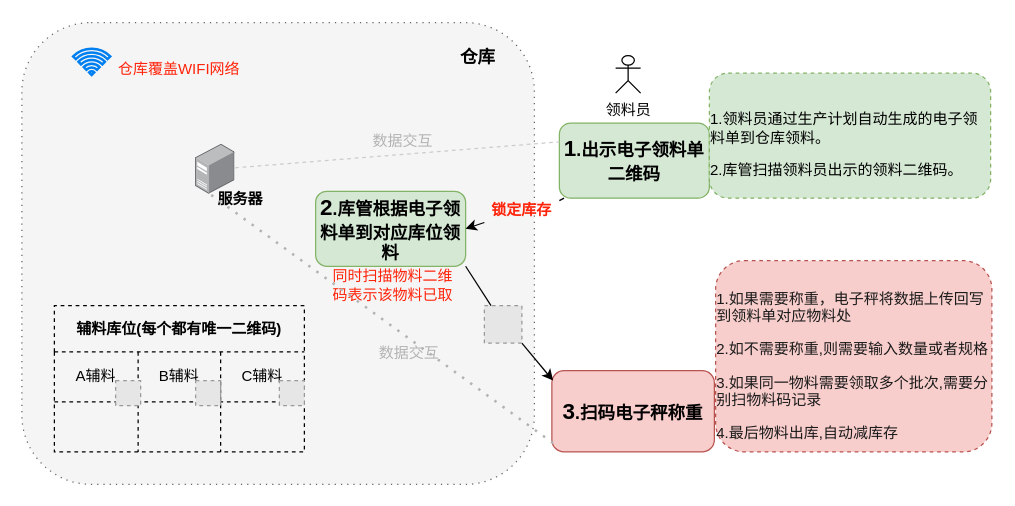
Earlier version of the draw.io diagram page "第 2 页" (2 of 2) of 出库.drawio (mifunc/draw). Source tidied: cells renumbered, new cells numbered last; positions are measured from the earlier drawing's top-left corner, leaving out a move shared by most shapes. Both pictures are drawn from the tidied source at 125%, with x=0, y=0 at pixel (21, 22). Pictures stored in the file or linked from it are replaced by grey dashed boxes.
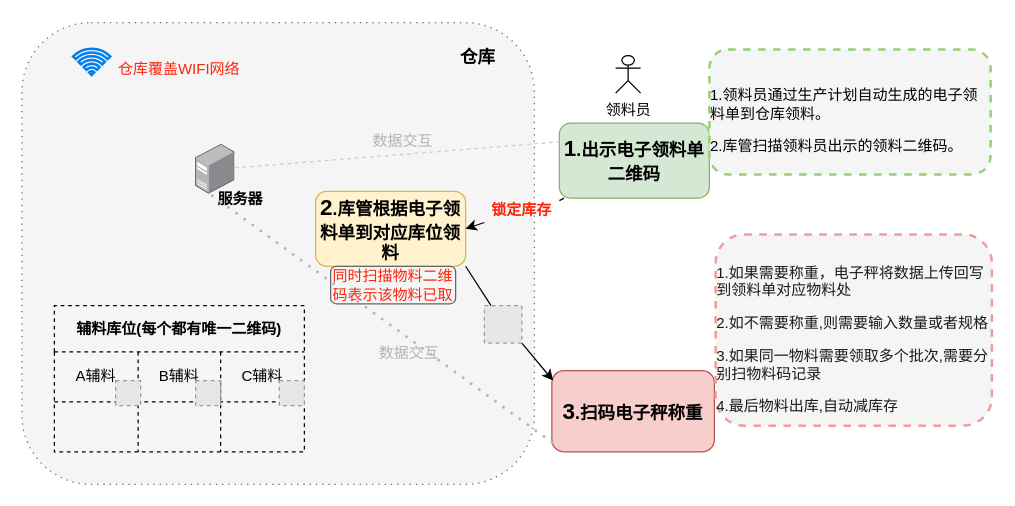
After the change.

The edit, as a diff of the source:
```diff
@@
-    <mxCell id="3" value="&lt;b&gt;&lt;font style=&quot;font-size: 18px&quot;&gt;2&lt;/font&gt;&lt;font style=&quot;font-size: 14px&quot;&gt;.库管根据电子领料单到对应库位领料&lt;/font&gt;&lt;/b&gt;" style="rounded=1;whiteSpace=wrap;html=1;fontSize=12;fillColor=#d5e8d4;strokeColor=#82b366;" parent="1" vertex="1">
+    <mxCell id="3" value="&lt;b&gt;&lt;font style=&quot;font-size: 18px&quot;&gt;2&lt;/font&gt;&lt;font style=&quot;font-size: 14px&quot;&gt;.库管根据电子领料单到对应库位领料&lt;/font&gt;&lt;/b&gt;" style="rounded=1;whiteSpace=wrap;html=1;fontSize=12;fillColor=#fff2cc;strokeColor=#d6b656;" parent="1" vertex="1">
       <mxGeometry x="235" y="134.5" width="120" height="60" as="geometry" />
     </mxCell>
@@
-    <mxCell id="23" value="&lt;font color=&quot;#ff230a&quot;&gt;同时扫描物料二维码表示该物料已取&lt;/font&gt;" style="text;html=1;strokeColor=none;fillColor=none;align=center;verticalAlign=middle;whiteSpace=wrap;rounded=0;fontSize=12;fontColor=#000000;" parent="1" vertex="1">
+    <mxCell id="23" value="&lt;font color=&quot;#ff230a&quot;&gt;同时扫描物料二维码表示该物料已取&lt;/font&gt;" style="text;html=1;strokeColor=#666666;fillColor=#f5f5f5;align=center;verticalAlign=middle;whiteSpace=wrap;rounded=1;fontSize=12;fontColor=#333333;" parent="1" vertex="1">
       <mxGeometry x="247" y="194.5" width="100" height="30" as="geometry" />
     </mxCell>
@@
-    <mxCell id="35" value="&lt;p style=&quot;color: rgb(0 , 0 , 0) ; text-align: left&quot;&gt;&lt;font color=&quot;#1a1a1a&quot;&gt;&lt;br class=&quot;Apple-interchange-newline&quot;&gt;1.如果需要称重，电子秤将数据上传回写到领料单对应物料处&lt;/font&gt;&lt;/p&gt;&lt;p style=&quot;color: rgb(0 , 0 , 0) ; text-align: left&quot;&gt;&lt;font color=&quot;#1a1a1a&quot;&gt;2.如不需要称重,则需要输入数量或者规格&lt;/font&gt;&lt;/p&gt;&lt;p style=&quot;color: rgb(0 , 0 , 0) ; text-align: left&quot;&gt;&lt;font color=&quot;#1a1a1a&quot;&gt;3.如果同一物料需要领取多个批次,需要分别扫物料码记录&lt;/font&gt;&lt;/p&gt;&lt;p style=&quot;color: rgb(0 , 0 , 0) ; text-align: left&quot;&gt;&lt;font color=&quot;#1a1a1a&quot;&gt;4.最后物料出库,自动减库存&lt;/font&gt;&lt;/p&gt;" style="rounded=1;whiteSpace=wrap;html=1;dashed=1;fontSize=12;strokeColor=#b85450;fillColor=#f8cecc;" parent="1" vertex="1">
-      <mxGeometry x="555" y="190" width="221" height="153" as="geometry" />
+    <mxCell id="35" value="&lt;p style=&quot;color: rgb(0 , 0 , 0) ; text-align: left&quot;&gt;&lt;font color=&quot;#1a1a1a&quot;&gt;&lt;br class=&quot;Apple-interchange-newline&quot;&gt;1.如果需要称重，电子秤将数据上传回写到领料单对应物料处&lt;/font&gt;&lt;/p&gt;&lt;p style=&quot;color: rgb(0 , 0 , 0) ; text-align: left&quot;&gt;&lt;font color=&quot;#1a1a1a&quot;&gt;2.如不需要称重,则需要输入数量或者规格&lt;/font&gt;&lt;/p&gt;&lt;p style=&quot;color: rgb(0 , 0 , 0) ; text-align: left&quot;&gt;&lt;font color=&quot;#1a1a1a&quot;&gt;3.如果同一物料需要领取多个批次,需要分别扫物料码记录&lt;/font&gt;&lt;/p&gt;&lt;p style=&quot;color: rgb(0 , 0 , 0) ; text-align: left&quot;&gt;&lt;font color=&quot;#1a1a1a&quot;&gt;4.最后物料出库,自动减库存&lt;/font&gt;&lt;/p&gt;" style="rounded=1;whiteSpace=wrap;html=1;dashed=1;fontSize=12;strokeColor=#F19C99;fillColor=#f5f5f5;fontColor=#333333;strokeWidth=2;" parent="1" vertex="1">
+      <mxGeometry x="555" y="169" width="221" height="153" as="geometry" />
     </mxCell>
-    <mxCell id="36" value="&lt;p style=&quot;color: rgb(0 , 0 , 0) ; text-align: left&quot;&gt;&lt;br class=&quot;Apple-interchange-newline&quot;&gt;1.领料员通过生产计划自动生成的电子领料单到仓库领料。&lt;/p&gt;&lt;p style=&quot;color: rgb(0 , 0 , 0) ; text-align: left&quot;&gt;2.库管扫描领料员出示的领料二维码。&lt;/p&gt;" style="rounded=1;whiteSpace=wrap;html=1;dashed=1;fontSize=12;strokeColor=#82b366;fillColor=#d5e8d4;" parent="1" vertex="1">
-      <mxGeometry x="550" y="40" width="225" height="100" as="geometry" />
+    <mxCell id="36" value="&lt;p style=&quot;color: rgb(0 , 0 , 0) ; text-align: left&quot;&gt;&lt;br class=&quot;Apple-interchange-newline&quot;&gt;1.领料员通过生产计划自动生成的电子领料单到仓库领料。&lt;/p&gt;&lt;p style=&quot;color: rgb(0 , 0 , 0) ; text-align: left&quot;&gt;2.库管扫描领料员出示的领料二维码。&lt;/p&gt;" style="rounded=1;whiteSpace=wrap;html=1;dashed=1;fontSize=12;strokeColor=#97D077;fillColor=#f5f5f5;fontColor=#333333;strokeWidth=2;" parent="1" vertex="1">
+      <mxGeometry x="550" y="21" width="225" height="100" as="geometry" />
     </mxCell>
```
